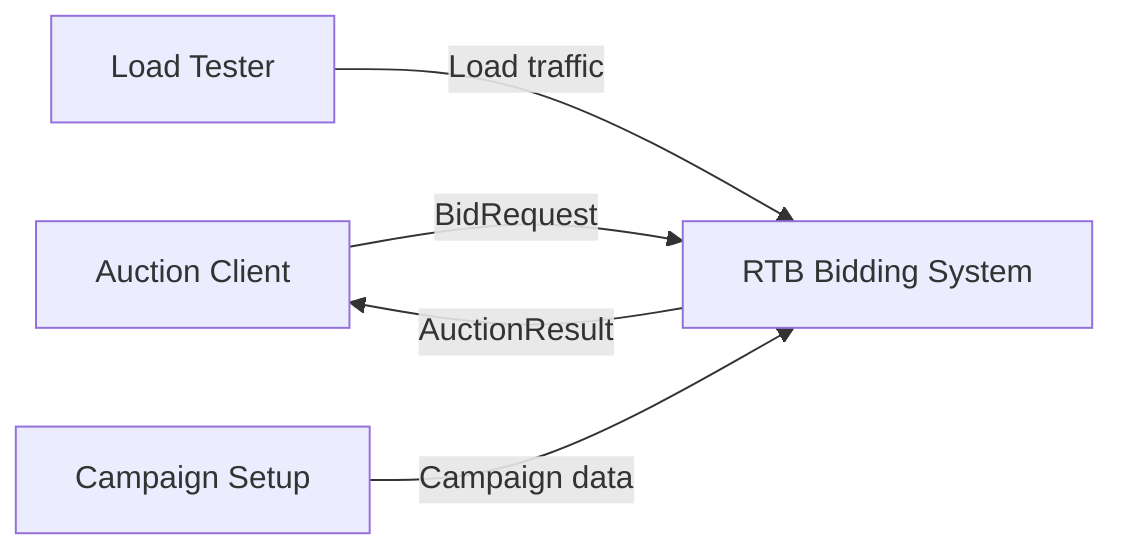
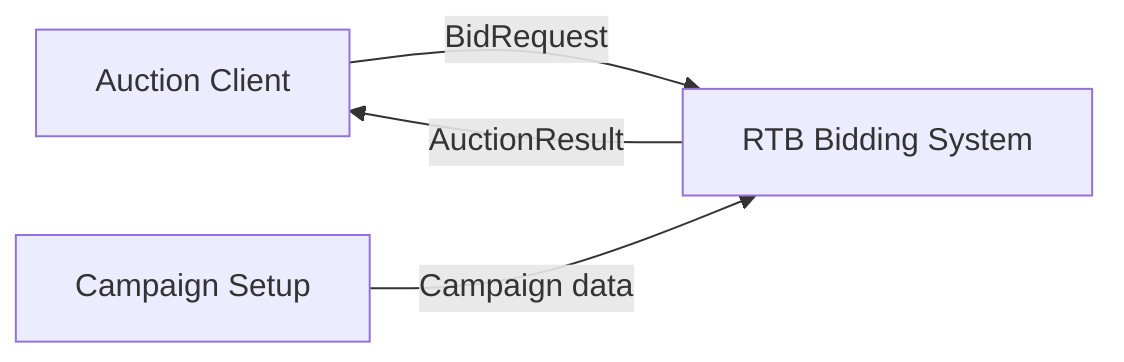
flowchart LR
    publisher["Auction Client"]
    advertiser["Campaign Setup"]
-     tester["Load Tester"]
    system["RTB Bidding System"]

    publisher -->|"BidRequest"| system
-     tester -->|"Load traffic"| system
    system -->|"AuctionResult"| publisher

    advertiser -->|"Campaign data"| system
